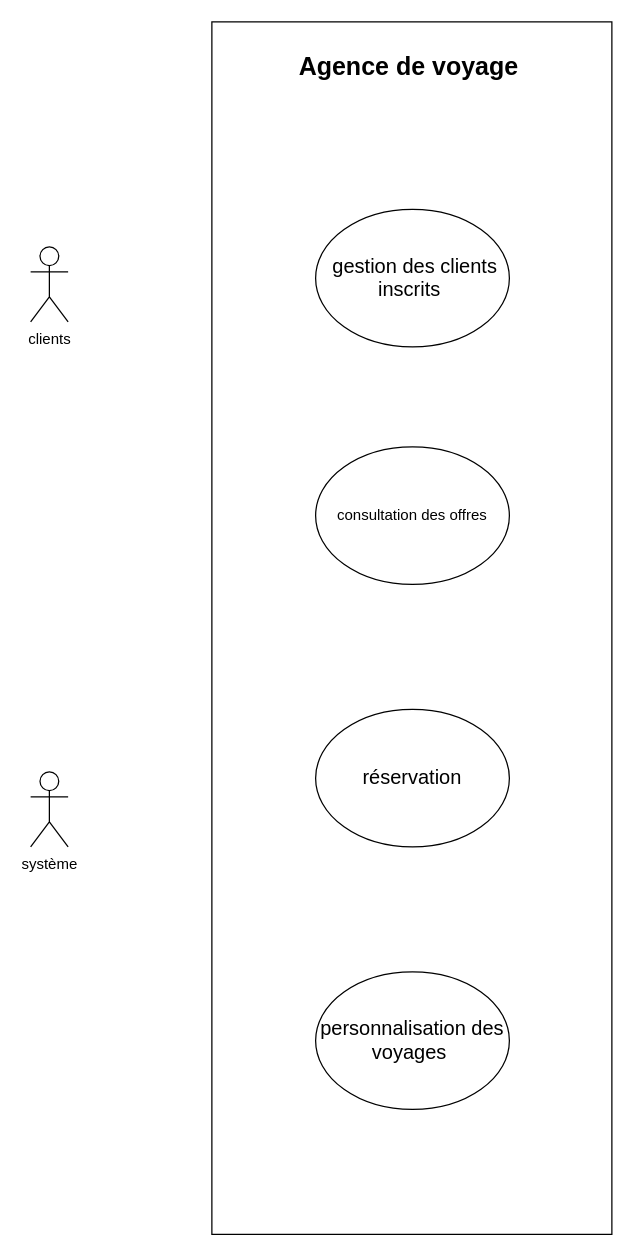
Above: UML-use-case.drawio in HananeOubaha/brief-7-agence-voyage (draw.io), before the change. Source tidied: cells renumbered, new cells numbered last; positions are measured from the earlier drawing's top-left corner, leaving out a move shared by most shapes. Both pictures are drawn from the tidied source at 125%, with x=0, y=0 at pixel (30, 21).
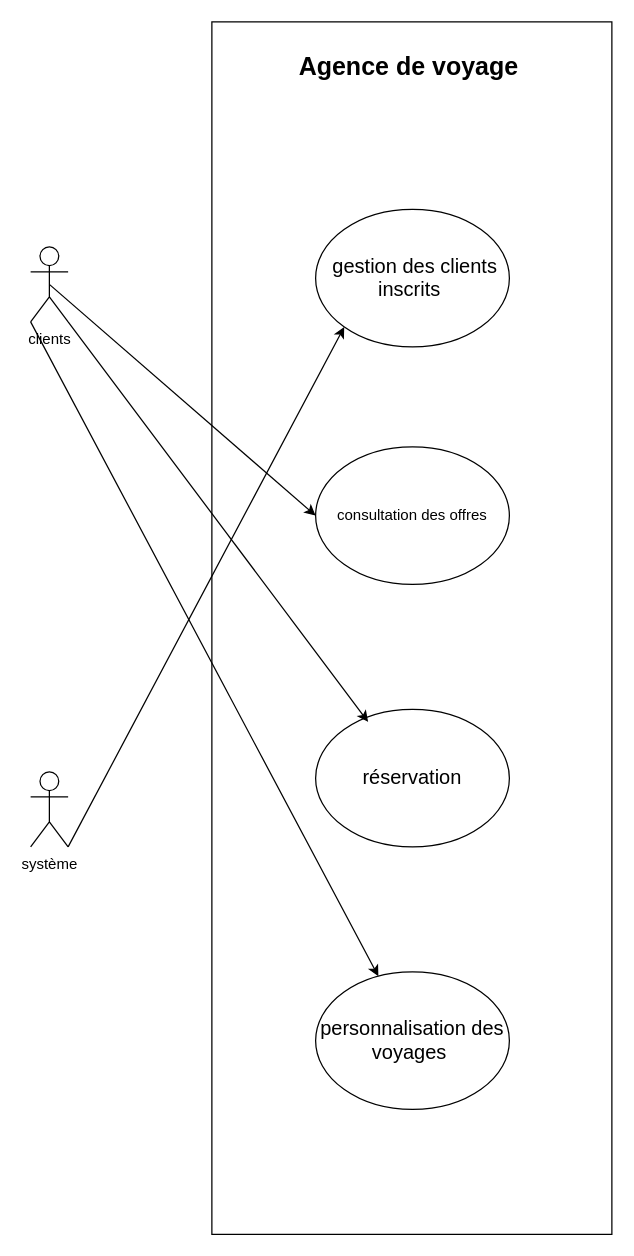
The same diagram, later.

Commit message:
j'ai ajouté quelques liaison de bases entre les acteurs et les fonctionnalités

The edit, as a diff of the source:
```diff
@@
 <mxGraphModel>
   <root>
     <mxCell id="0" />
     <mxCell id="1" parent="0" />
     <mxCell id="2" style="rounded=0;whiteSpace=wrap;html=1;" parent="1" vertex="1">
       <mxGeometry x="145" width="320" height="970" as="geometry" />
     </mxCell>
     <mxCell id="3" value="&lt;b&gt;&lt;font style=&quot;font-size: 20px;&quot;&gt;Agence de voyage&amp;nbsp;&lt;/font&gt;&lt;/b&gt;" style="text;html=1;strokeColor=none;fillColor=none;align=center;verticalAlign=middle;whiteSpace=wrap;rounded=0;" parent="1" vertex="1">
       <mxGeometry x="208" y="20" width="195" height="30" as="geometry" />
     </mxCell>
     <mxCell id="4" value="clients" style="shape=umlActor;verticalLabelPosition=bottom;verticalAlign=top;html=1;outlineConnect=0;" parent="1" vertex="1">
       <mxGeometry y="180" width="30" height="60" as="geometry" />
     </mxCell>
     <mxCell id="5" value="système" style="shape=umlActor;verticalLabelPosition=bottom;verticalAlign=top;html=1;outlineConnect=0;" parent="1" vertex="1">
       <mxGeometry y="600" width="30" height="60" as="geometry" />
     </mxCell>
     <mxCell id="6" value="&lt;span style=&quot;font-size: 12pt; line-height: 115%; font-family: Aptos, sans-serif;&quot; lang=&quot;FR&quot;&gt;&amp;nbsp;gestion des clients inscrits&amp;nbsp;&lt;/span&gt;" style="ellipse;whiteSpace=wrap;html=1;" parent="1" vertex="1">
       <mxGeometry x="228" y="150" width="155" height="110" as="geometry" />
     </mxCell>
     <mxCell id="7" value="&lt;br&gt;&lt;span lang=&quot;FR&quot;&gt;&amp;nbsp; &amp;nbsp;&lt;br&gt;consultation des offres &lt;/span&gt;&lt;br&gt;&lt;br&gt;&lt;br&gt;" style="ellipse;whiteSpace=wrap;html=1;" parent="1" vertex="1">
       <mxGeometry x="228" y="340" width="155" height="110" as="geometry" />
     </mxCell>
     <mxCell id="8" value="&lt;span style=&quot;font-size: 12pt; line-height: 115%; font-family: Aptos, sans-serif;&quot; lang=&quot;FR&quot;&gt;réservation&lt;/span&gt;" style="ellipse;whiteSpace=wrap;html=1;" parent="1" vertex="1">
       <mxGeometry x="228" y="550" width="155" height="110" as="geometry" />
     </mxCell>
     <mxCell id="9" value="&lt;span style=&quot;font-size: 12pt; line-height: 115%; font-family: Aptos, sans-serif;&quot; lang=&quot;FR&quot;&gt;personnalisation des voyages&amp;nbsp;&lt;/span&gt;" style="ellipse;whiteSpace=wrap;html=1;" parent="1" vertex="1">
       <mxGeometry x="228" y="760" width="155" height="110" as="geometry" />
     </mxCell>
+    <mxCell id="10" style="endArrow=classic;html=1;fontSize=20;exitX=0.5;exitY=0.5;exitDx=0;exitDy=0;exitPerimeter=0;entryX=0;entryY=0.5;entryDx=0;entryDy=0;" parent="1" edge="1" source="4" target="7">
+      <mxGeometry relative="1" as="geometry" />
+    </mxCell>
+    <mxCell id="11" style="endArrow=classic;html=1;fontSize=20;exitX=1;exitY=1;exitDx=0;exitDy=0;exitPerimeter=0;" parent="1" edge="1" source="4">
+      <mxGeometry relative="1" as="geometry">
+        <mxPoint x="270" y="560" as="targetPoint" />
+      </mxGeometry>
+    </mxCell>
+    <mxCell id="12" style="endArrow=classic;html=1;fontSize=20;exitX=0;exitY=1;exitDx=0;exitDy=0;exitPerimeter=0;" parent="1" edge="1" source="4" target="9">
+      <mxGeometry relative="1" as="geometry" />
+    </mxCell>
+    <mxCell id="13" style="endArrow=classic;html=1;fontSize=20;exitX=1;exitY=1;exitDx=0;exitDy=0;exitPerimeter=0;entryX=0;entryY=1;entryDx=0;entryDy=0;" parent="1" edge="1" source="5" target="6">
+      <mxGeometry relative="1" as="geometry" />
+    </mxCell>
   </root>
 </mxGraphModel>
```
